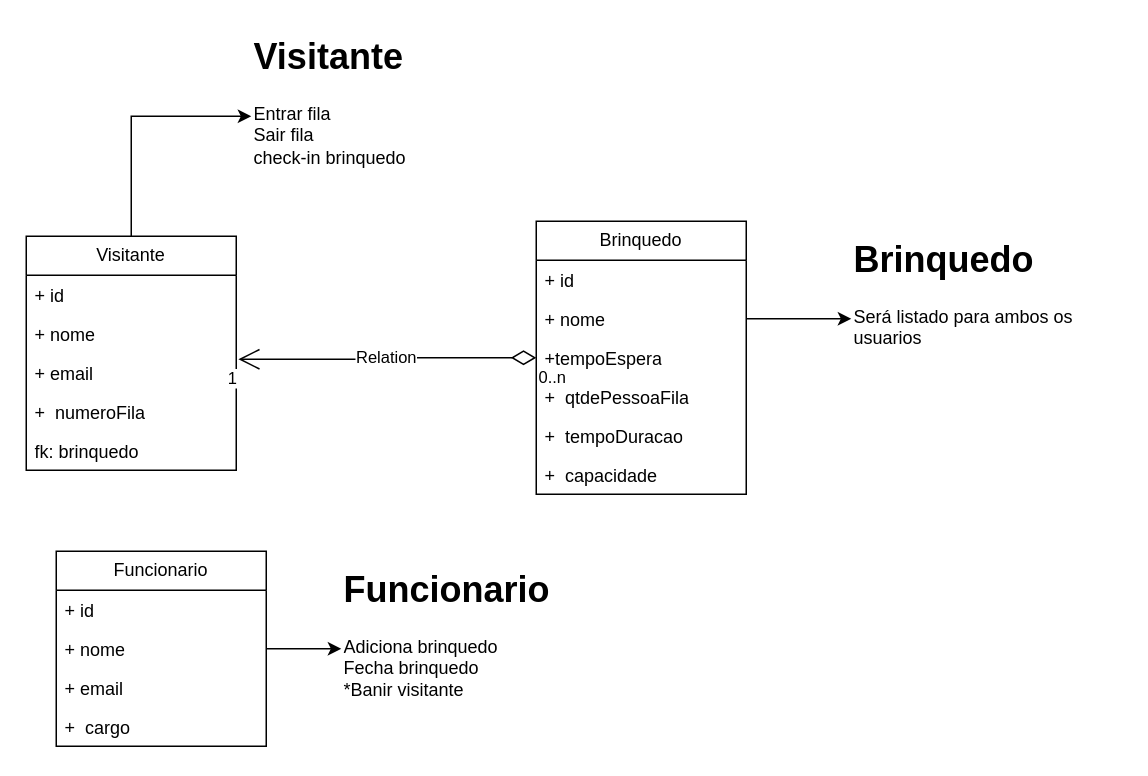
Divertoland/Divertoland keeps this draw.io diagram as Diagrama_classe_simples.drawio. Above is the earlier version. Source tidied: cells renumbered, new cells numbered last; positions are measured from the earlier drawing's top-left corner, leaving out a move shared by most shapes. Both pictures are drawn from the tidied source at 150%, with x=0, y=0 at pixel (26, 26).
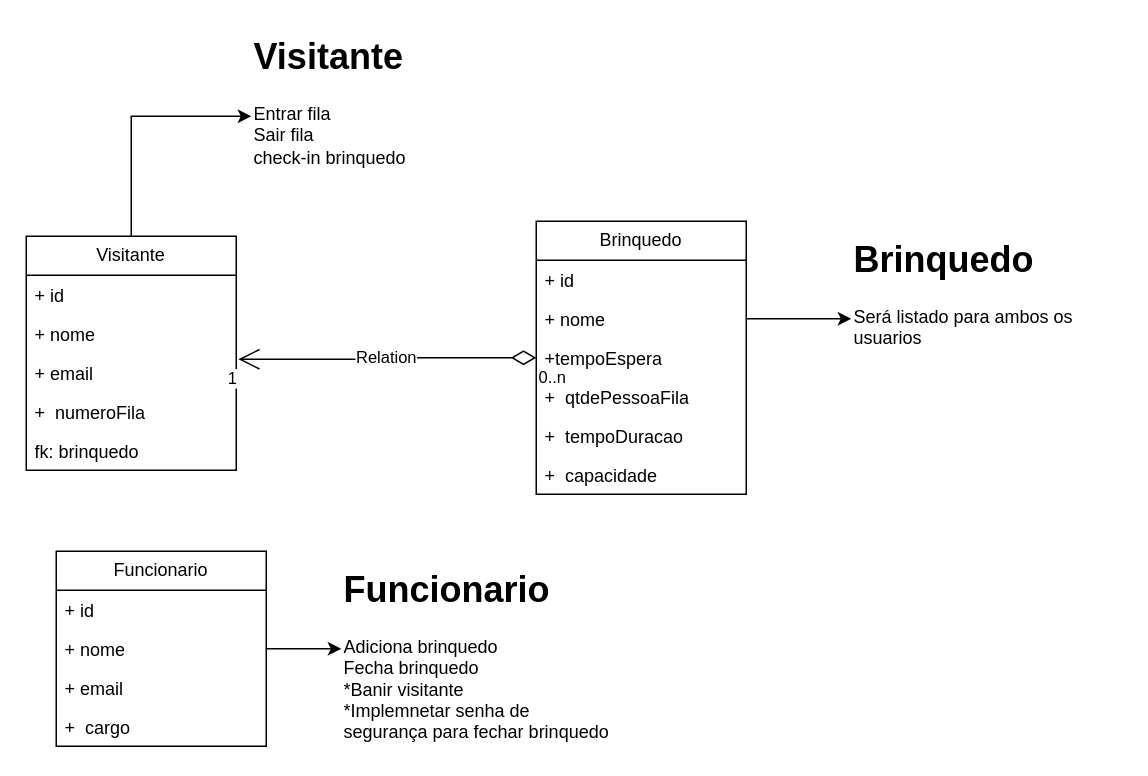
Above is the later version.

What changed in the source:
```diff
@@
-    <mxCell id="24" value="&lt;h1 style=&quot;margin-top: 0px;&quot;&gt;Funcionario&lt;/h1&gt;&lt;div&gt;Adiciona brinquedo&lt;/div&gt;&lt;div&gt;Fecha brinquedo&lt;/div&gt;&lt;div&gt;*Banir visitante&lt;/div&gt;&lt;div&gt;&lt;br&gt;&lt;/div&gt;" style="text;html=1;whiteSpace=wrap;overflow=hidden;rounded=0;" parent="1" vertex="1">
+    <mxCell id="24" value="&lt;h1 style=&quot;margin-top: 0px;&quot;&gt;Funcionario&lt;/h1&gt;&lt;div&gt;Adiciona brinquedo&lt;/div&gt;&lt;div&gt;Fecha brinquedo&lt;/div&gt;&lt;div&gt;*Banir visitante&lt;/div&gt;&lt;div&gt;*Implemnetar senha de segurança para fechar brinquedo&lt;/div&gt;&lt;div&gt;&lt;br&gt;&lt;/div&gt;" style="text;html=1;whiteSpace=wrap;overflow=hidden;rounded=0;" parent="1" vertex="1">
       <mxGeometry x="210" y="355" width="180" height="120" as="geometry" />
     </mxCell>
```
